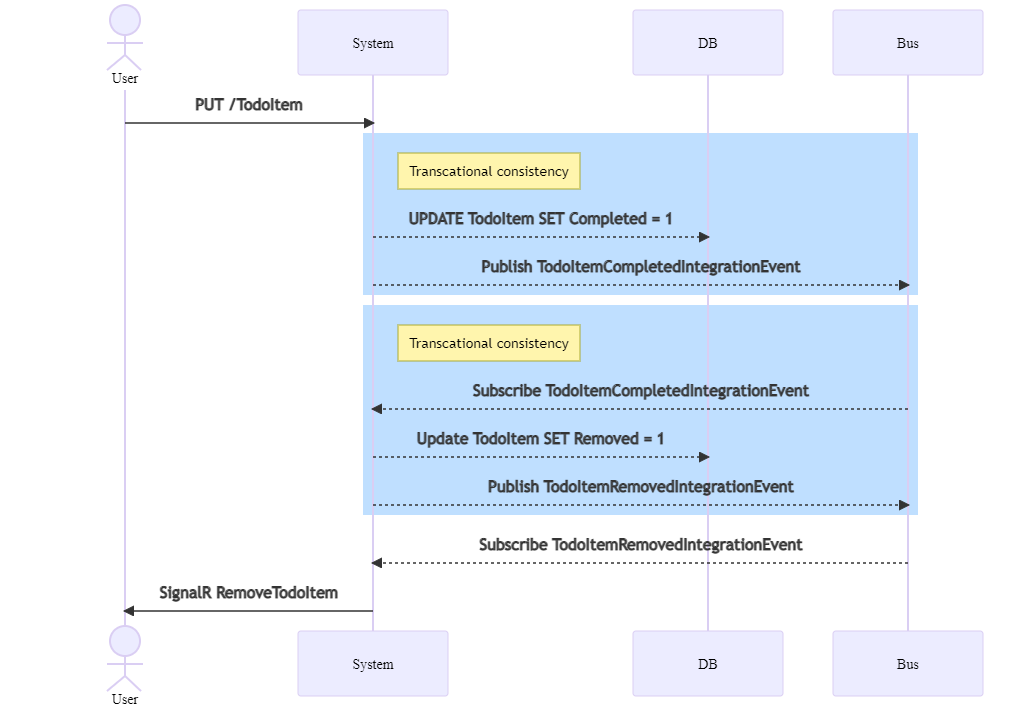
Above: doc/UC_CompleteTodoItem.png in Cogax/ScsTemplate (Mermaid), before the change. Its source is kept beside it as doc/UC_CompleteTodoItem.mmd. The source it was exported from:
```mermaid
sequenceDiagram
    actor User
    participant System
    participant DB
    participant Bus
    User->>System: PUT /TodoItem
    rect rgb(191, 223, 255)
    note right of System: Transcational consistency
    System-->>DB: UPDATE TodoItem SET Completed = 1
    System-->>Bus: Publish TodoItemCompletedIntegrationEvent
    end
    rect rgb(191, 223, 255)
    note right of System: Transcational consistency
    Bus-->>System: Subscribe TodoItemCompletedIntegrationEvent
    System-->>DB: Update TodoItem SET Removed = 1
    System-->>Bus: Publish TodoItemRemovedIntegrationEvent
    end
    Bus-->>System: Subscribe TodoItemRemovedIntegrationEvent
    System->>User: SignalR RemoveTodoItem
```
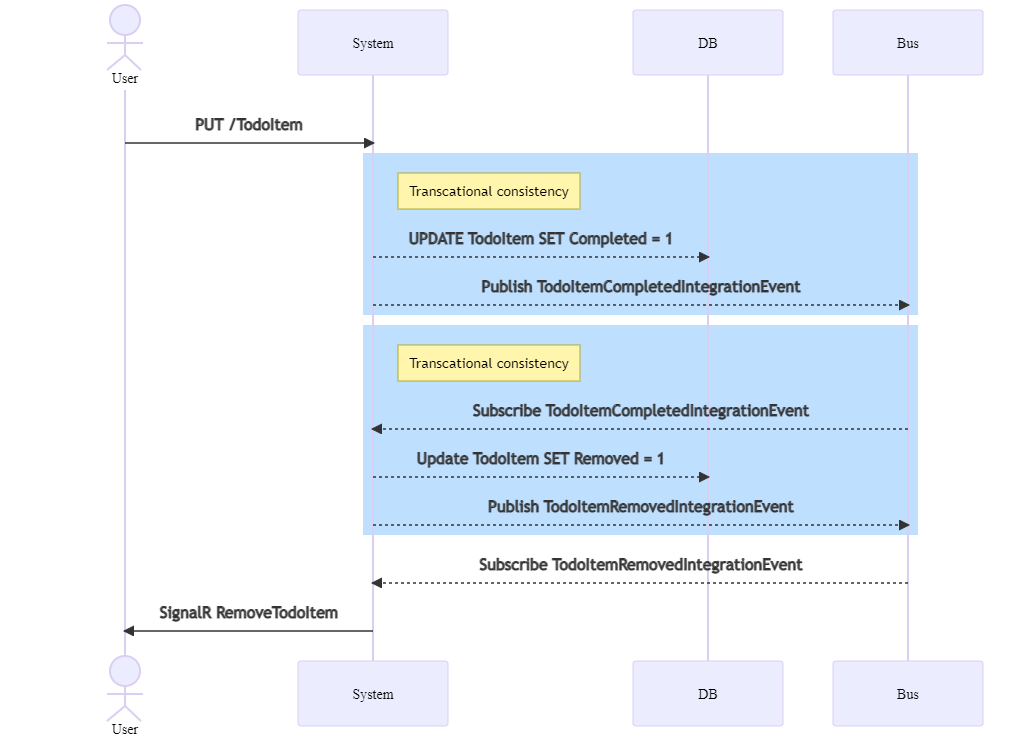
The same file after the commit.

Change to the diagram source:
```diff
@@ -1,4 +1,5 @@
 sequenceDiagram
+    rect rgb(255, 255, 255)
     actor User
     participant System
     participant DB
@@ -17,3 +18,4 @@
     end
     Bus-->>System: Subscribe TodoItemRemovedIntegrationEvent
     System->>User: SignalR RemoveTodoItem
+    end
```
